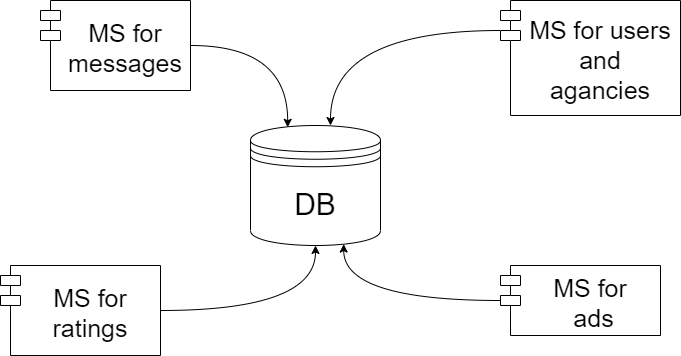
Before: UML/MSArchitetureDiagram.png, a diagram exported from draw.io (birdpersson/xml). Source tidied: cells renumbered, new cells last; positions are measured from the earlier drawing's top-left corner, leaving out a move shared by most shapes. The source it was exported from:
```xml
<mxGraphModel>
  <root>
    <mxCell id="0" />
    <mxCell id="1" parent="0" />
    <mxCell id="2" value="&lt;font style=&quot;font-size: 30px&quot;&gt;DB&lt;/font&gt;" style="shape=datastore;whiteSpace=wrap;html=1;" parent="1" vertex="1">
      <mxGeometry x="250" y="125" width="130" height="120" as="geometry" />
    </mxCell>
    <mxCell id="3" style="edgeStyle=orthogonalEdgeStyle;curved=1;jettySize=auto;html=1;" parent="1" edge="1" source="4" target="2">
      <mxGeometry relative="1" as="geometry" />
    </mxCell>
    <mxCell id="4" value="MS for &#10;ratings" style="shape=module;align=left;spacingLeft=20;align=center;verticalAlign=middle;fontSize=25;" parent="1" vertex="1">
      <mxGeometry y="265" width="160" height="90" as="geometry" />
    </mxCell>
    <mxCell id="5" style="edgeStyle=orthogonalEdgeStyle;curved=1;jettySize=auto;html=1;entryX=0.286;entryY=0.015;entryDx=0;entryDy=0;entryPerimeter=0;" parent="1" edge="1" source="6" target="2">
      <mxGeometry relative="1" as="geometry" />
    </mxCell>
    <mxCell id="6" value="MS for &#10;messages" style="shape=module;align=center;spacingLeft=20;align=center;verticalAlign=middle;fontSize=25;" parent="1" vertex="1">
      <mxGeometry x="40" width="150" height="90" as="geometry" />
    </mxCell>
    <mxCell id="7" style="edgeStyle=orthogonalEdgeStyle;jettySize=auto;html=1;curved=1;" parent="1" edge="1" source="8" target="2">
      <mxGeometry relative="1" as="geometry">
        <Array as="points">
          <mxPoint x="330" y="30" />
        </Array>
      </mxGeometry>
    </mxCell>
    <mxCell id="8" value="MS for users &#10;and &#10;agancies" style="shape=module;align=left;spacingLeft=20;align=center;verticalAlign=middle;fontSize=25;" parent="1" vertex="1">
      <mxGeometry x="500" width="180" height="115" as="geometry" />
    </mxCell>
    <mxCell id="9" style="edgeStyle=orthogonalEdgeStyle;curved=1;jettySize=auto;html=1;entryX=0.717;entryY=0.988;entryDx=0;entryDy=0;entryPerimeter=0;" parent="1" edge="1" source="10" target="2">
      <mxGeometry relative="1" as="geometry" />
    </mxCell>
    <mxCell id="10" value="MS for&#10; ads" style="shape=module;align=left;spacingLeft=20;align=center;verticalAlign=middle;fontSize=25;" parent="1" vertex="1">
      <mxGeometry x="500" y="265" width="160" height="70" as="geometry" />
    </mxCell>
  </root>
</mxGraphModel>
```
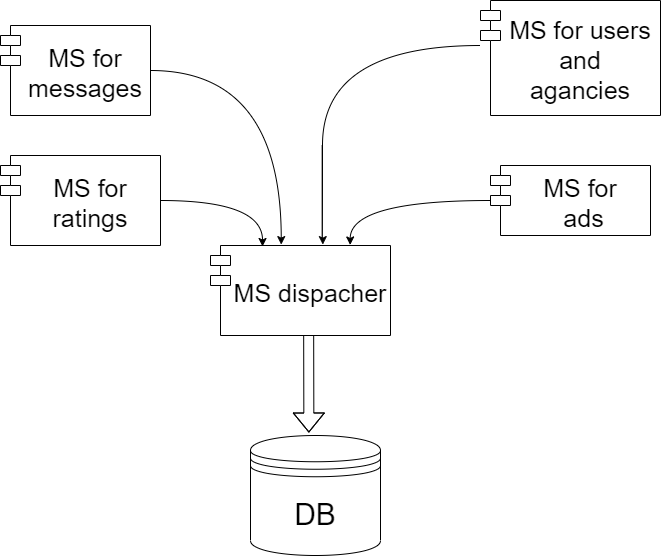
The same file after the commit.

What changed in the source:
```diff
@@ -3,35 +3,47 @@
     <mxCell id="0" />
     <mxCell id="1" parent="0" />
     <mxCell id="2" value="&lt;font style=&quot;font-size: 30px&quot;&gt;DB&lt;/font&gt;" style="shape=datastore;whiteSpace=wrap;html=1;" parent="1" vertex="1">
-      <mxGeometry x="250" y="125" width="130" height="120" as="geometry" />
+      <mxGeometry x="250" y="445" width="130" height="120" as="geometry" />
     </mxCell>
-    <mxCell id="3" style="edgeStyle=orthogonalEdgeStyle;curved=1;jettySize=auto;html=1;" parent="1" edge="1" source="4" target="2">
-      <mxGeometry relative="1" as="geometry" />
-    </mxCell>
+    <mxCell id="11" style="edgeStyle=orthogonalEdgeStyle;jettySize=auto;html=1;entryX=0.289;entryY=0.011;entryDx=0;entryDy=0;entryPerimeter=0;curved=1;" parent="1" edge="1" source="4" target="13">
+      <mxGeometry relative="1" as="geometry" />
+    </mxCell>
     <mxCell id="4" value="MS for &#10;ratings" style="shape=module;align=left;spacingLeft=20;align=center;verticalAlign=middle;fontSize=25;" parent="1" vertex="1">
-      <mxGeometry y="265" width="160" height="90" as="geometry" />
+      <mxGeometry y="165" width="160" height="90" as="geometry" />
     </mxCell>
-    <mxCell id="5" style="edgeStyle=orthogonalEdgeStyle;curved=1;jettySize=auto;html=1;entryX=0.286;entryY=0.015;entryDx=0;entryDy=0;entryPerimeter=0;" parent="1" edge="1" source="6" target="2">
+    <mxCell id="5" style="edgeStyle=orthogonalEdgeStyle;curved=1;jettySize=auto;html=1;entryX=0.393;entryY=-0.01;entryDx=0;entryDy=0;entryPerimeter=0;" parent="1" edge="1" source="6" target="13">
       <mxGeometry relative="1" as="geometry" />
     </mxCell>
     <mxCell id="6" value="MS for &#10;messages" style="shape=module;align=center;spacingLeft=20;align=center;verticalAlign=middle;fontSize=25;" parent="1" vertex="1">
-      <mxGeometry x="40" width="150" height="90" as="geometry" />
+      <mxGeometry y="35" width="150" height="90" as="geometry" />
     </mxCell>
-    <mxCell id="7" style="edgeStyle=orthogonalEdgeStyle;jettySize=auto;html=1;curved=1;" parent="1" edge="1" source="8" target="2">
+    <mxCell id="7" style="edgeStyle=orthogonalEdgeStyle;jettySize=auto;html=1;curved=1;entryX=0.624;entryY=-0.01;entryDx=0;entryDy=0;entryPerimeter=0;" parent="1" edge="1" source="8" target="13">
       <mxGeometry relative="1" as="geometry">
         <Array as="points">
-          <mxPoint x="330" y="30" />
+          <mxPoint x="322" y="55" />
+          <mxPoint x="322" y="254" />
         </Array>
       </mxGeometry>
     </mxCell>
     <mxCell id="8" value="MS for users &#10;and &#10;agancies" style="shape=module;align=left;spacingLeft=20;align=center;verticalAlign=middle;fontSize=25;" parent="1" vertex="1">
-      <mxGeometry x="500" width="180" height="115" as="geometry" />
+      <mxGeometry x="480" y="10" width="180" height="115" as="geometry" />
     </mxCell>
-    <mxCell id="9" style="edgeStyle=orthogonalEdgeStyle;curved=1;jettySize=auto;html=1;entryX=0.717;entryY=0.988;entryDx=0;entryDy=0;entryPerimeter=0;" parent="1" edge="1" source="10" target="2">
+    <mxCell id="9" style="edgeStyle=orthogonalEdgeStyle;curved=1;jettySize=auto;html=1;entryX=0.776;entryY=-0.006;entryDx=0;entryDy=0;entryPerimeter=0;" parent="1" edge="1" source="10" target="13">
       <mxGeometry relative="1" as="geometry" />
     </mxCell>
     <mxCell id="10" value="MS for&#10; ads" style="shape=module;align=left;spacingLeft=20;align=center;verticalAlign=middle;fontSize=25;" parent="1" vertex="1">
-      <mxGeometry x="500" y="265" width="160" height="70" as="geometry" />
+      <mxGeometry x="490" y="175" width="160" height="70" as="geometry" />
     </mxCell>
+    <mxCell id="12" style="edgeStyle=orthogonalEdgeStyle;rounded=1;jettySize=auto;html=1;entryX=0.449;entryY=-0.025;entryDx=0;entryDy=0;entryPerimeter=0;shape=flexArrow;" parent="1" edge="1" source="13" target="2">
+      <mxGeometry relative="1" as="geometry">
+        <Array as="points">
+          <mxPoint x="308" y="265" />
+          <mxPoint x="308" y="265" />
+        </Array>
+      </mxGeometry>
+    </mxCell>
+    <mxCell id="13" value="MS dispacher" style="shape=module;align=left;spacingLeft=20;align=center;verticalAlign=middle;fontSize=25;" parent="1" vertex="1">
+      <mxGeometry x="210" y="255" width="180" height="90" as="geometry" />
+    </mxCell>
   </root>
 </mxGraphModel>
```
